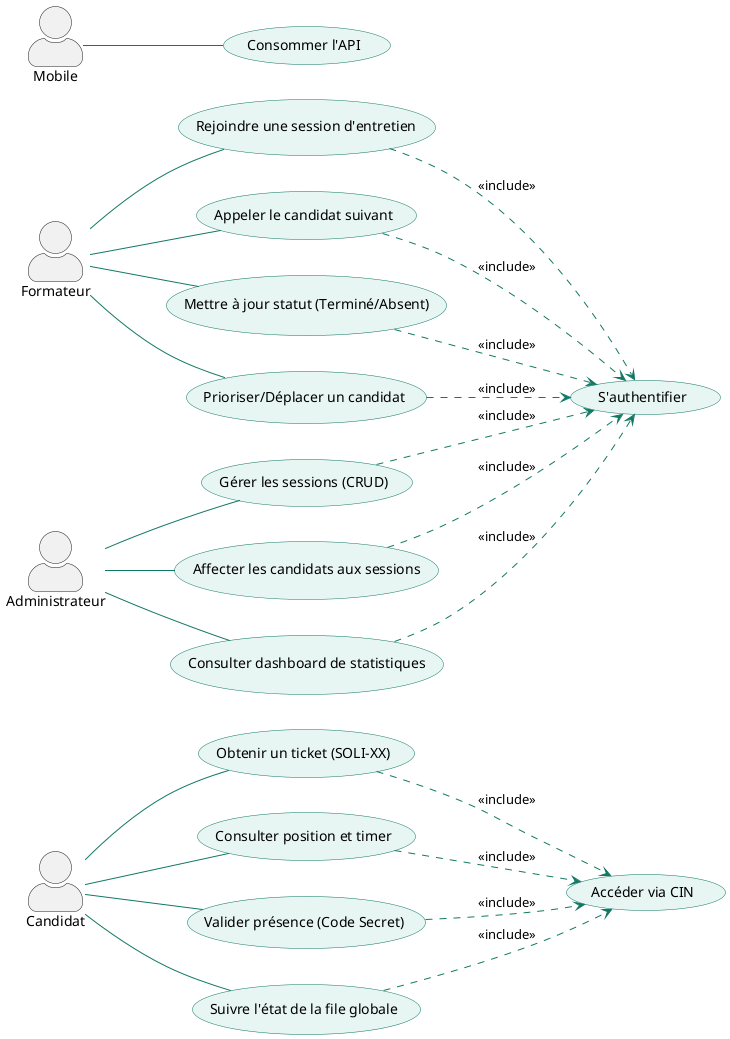
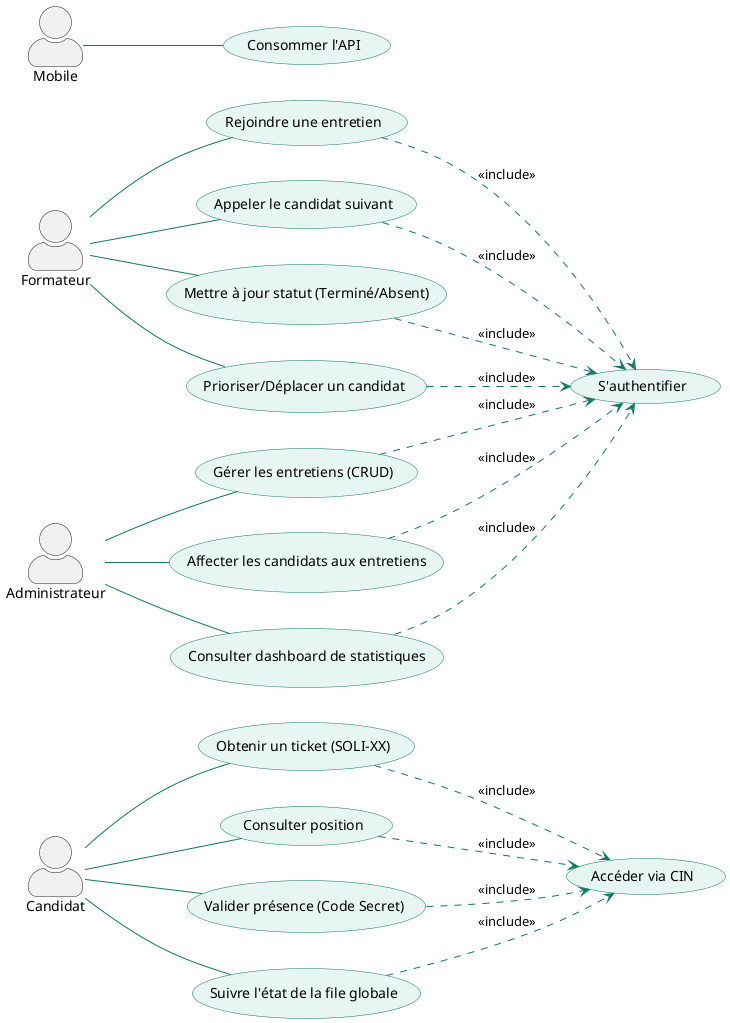
@startuml SoliQueue_Sprint1_MVP
left to right direction
skinparam actorStyle awesome

skinparam usecase {
    BackgroundColor #E8F6F3
    BorderColor #117864
    ArrowColor #117864
}

' Acteurs
actor "Candidat" as C
actor "Formateur" as F
actor "Administrateur" as Admin
actor "Mobile" as Mob


' =========================
' Candidat
' =========================

usecase "Obtenir un ticket (SOLI-XX)" as UC1
- usecase "Consulter position et timer" as UC2
+ usecase "Consulter position" as UC2
usecase "Valider présence (Code Secret)" as UC3
usecase "Suivre l'état de la file globale" as UC4

C -- UC1
C -- UC2
C -- UC3
C -- UC4


' =========================
' Formateur
' =========================

- usecase "Rejoindre une session d'entretien" as UC7
+ usecase "Rejoindre une entretien" as UC7
usecase "Appeler le candidat suivant" as UC8
usecase "Mettre à jour statut (Terminé/Absent)" as UC9
usecase "Prioriser/Déplacer un candidat" as UC10

F -- UC7
F -- UC8
F -- UC9
F -- UC10



' =========================
' Administrateur
' =========================

- usecase "Gérer les sessions (CRUD)" as UC11
- usecase "Affecter les candidats aux sessions" as UC12
+ usecase "Gérer les entretiens (CRUD)" as UC11
+ usecase "Affecter les candidats aux entretiens" as UC12
usecase "Consulter dashboard de statistiques" as UC13

Admin -- UC11
Admin -- UC12
Admin -- UC13


' =========================
' Mobile
' =========================

usecase "Consommer l'API" as API

Mob -- API


' =========================
' Authentification
' =========================

usecase "S'authentifier" as Auth
usecase "Accéder via CIN" as Auth2

UC1 ..> Auth2 : <<include>>
UC2 ..> Auth2 : <<include>>
UC3 ..> Auth2 : <<include>>
UC4 ..> Auth2 : <<include>>

UC7 ..> Auth : <<include>>
UC8 ..> Auth : <<include>>
UC9 ..> Auth : <<include>>
UC10 ..> Auth : <<include>>
UC11 ..> Auth : <<include>>
UC12 ..> Auth : <<include>>
UC13 ..> Auth : <<include>>

@enduml